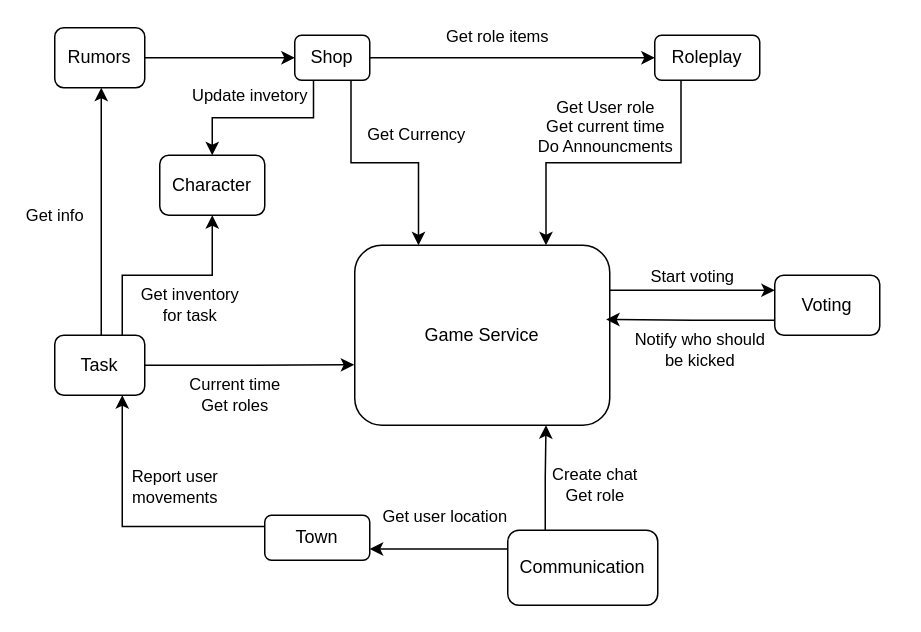
Before: assets/diagrams/Architecture_diagram.drawio in EjnarRaidriar/Mafia-District, a draw.io diagram. Source tidied: cells renumbered, new cells numbered last; positions are measured from the earlier drawing's top-left corner, leaving out a move shared by most shapes. Both pictures are drawn from the tidied source at 150%, with x=0, y=0 at pixel (54, 27).
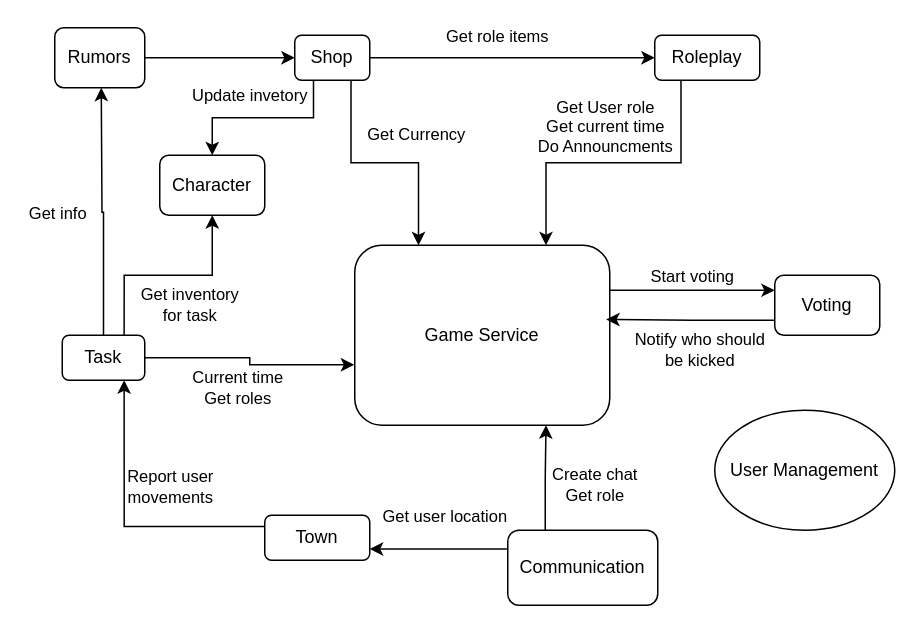
The same diagram, later.

Commit message (it also covers changes not shown here):
add User Management service

What changed in the source:
```diff
@@
-    <mxCell id="21" value="Get info" style="edgeStyle=orthogonalEdgeStyle;rounded=0;orthogonalLoop=1;jettySize=auto;html=1;exitX=0.5;exitY=0;exitDx=0;exitDy=0;" parent="1" edge="1">
+    <mxCell id="21" value="Get info" style="edgeStyle=orthogonalEdgeStyle;rounded=0;jettySize=auto;html=1;exitX=0.5;exitY=0;exitDx=0;exitDy=0;" parent="1" edge="1" source="22">
       <mxGeometry x="-0.03" y="31" relative="1" as="geometry">
-        <mxPoint x="31" y="205" as="sourcePoint" />
         <mxPoint x="31" y="40" as="targetPoint" />
       </mxGeometry>
     </mxCell>
     <mxCell id="22" value="Task" style="rounded=1;whiteSpace=wrap;html=1;" parent="1" vertex="1">
-      <mxGeometry y="205" width="60" height="40" as="geometry" />
+      <mxGeometry x="5" y="205" width="55" height="30" as="geometry" />
     </mxCell>
@@
+    <mxCell id="28" value="User Management" style="ellipse;whiteSpace=wrap;html=1;" parent="1" vertex="1">
+      <mxGeometry x="440" y="255" width="120" height="80" as="geometry" />
+    </mxCell>
```
